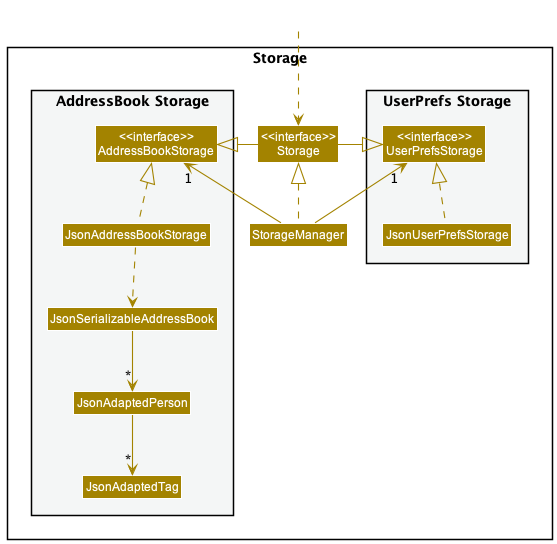
Above: docs/images/StorageClassDiagram.png in nus-cs2103-AY2223S2/tp (PlantUML), before the change.
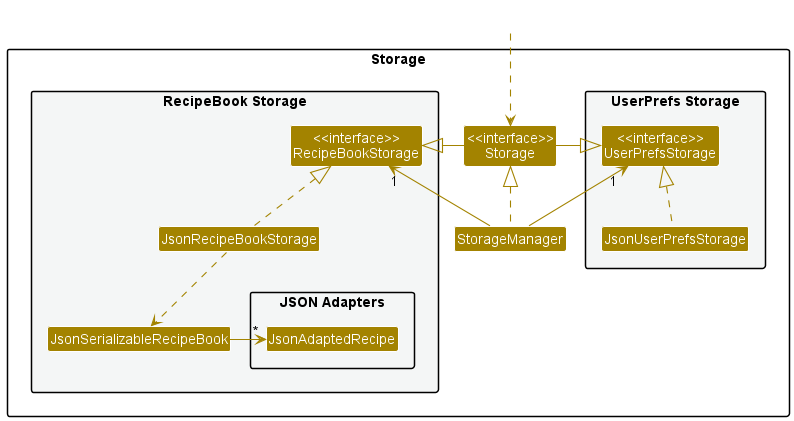
The same file after the commit.

What changed in the source:
```diff
@@ -14,13 +14,16 @@
 Class "<<interface>>\nStorage" as Storage
 Class StorageManager
 
-package "AddressBook Storage" #F4F6F6{
-Class "<<interface>>\nAddressBookStorage" as AddressBookStorage
-Class JsonAddressBookStorage
-Class JsonSerializableAddressBook
-Class JsonAdaptedPerson
-Class JsonAdaptedTag
+package "RecipeBook Storage" #F4F6F6{
+Class "<<interface>>\nRecipeBookStorage" as RecipeBookStorage
+Class JsonRecipeBookStorage
+Class JsonSerializableRecipeBook
+Package "JSON Adapters" {
+Class JsonAdaptedRecipe
 }
+}
+
+
 
 }
 
@@ -29,15 +32,14 @@
 
 StorageManager .up.|> Storage
 StorageManager -up-> "1" UserPrefsStorage
-StorageManager -up-> "1" AddressBookStorage
+StorageManager -up-> "1" RecipeBookStorage
 
 Storage -left-|> UserPrefsStorage
-Storage -right-|> AddressBookStorage
+Storage -right-|> RecipeBookStorage
 
 JsonUserPrefsStorage .up.|> UserPrefsStorage
-JsonAddressBookStorage .up.|> AddressBookStorage
-JsonAddressBookStorage ..> JsonSerializableAddressBook
-JsonSerializableAddressBook --> "*" JsonAdaptedPerson
-JsonAdaptedPerson --> "*" JsonAdaptedTag
+JsonRecipeBookStorage .up.|> RecipeBookStorage
+JsonRecipeBookStorage ..> JsonSerializableRecipeBook
+JsonSerializableRecipeBook -> "*" JsonAdaptedRecipe
 
 @enduml
```
